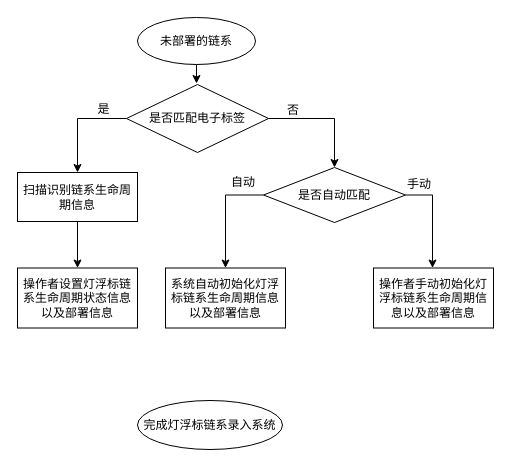
Above: page "第 6 页" (6 of 6) of Untitled Diagram.drawio in 152056212/OS (draw.io), before the change. Source tidied: cells renumbered, new cells numbered last; positions are measured from the earlier drawing's top-left corner, leaving out a move shared by most shapes. Both pictures are drawn from the tidied source at 100%, with x=0, y=0 at pixel (17, 17).
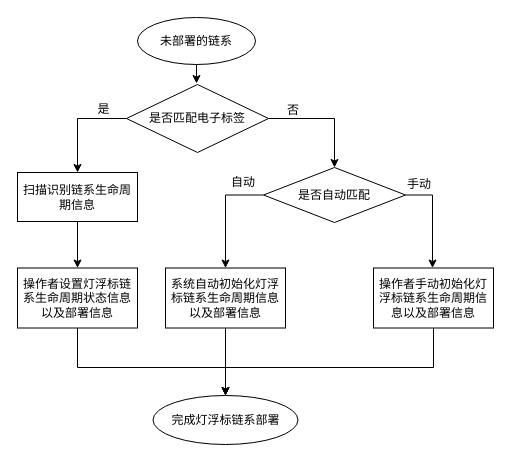
The same page after the edit.

The change refers to these unchanged cells:
```xml
<mxCell id="4" value="系统自动初始化灯浮标链系生命周期信息以及部署信息" style="rounded=0;whiteSpace=wrap;html=1;strokeWidth=1;fontFamily=宋体;" parent="1" vertex="1">
  <mxGeometry x="148" y="250.5" width="120" height="60" as="geometry" />
</mxCell>
<mxCell id="16" value="操作者手动初始化灯浮标链系生命周期信息以及部署信息" style="rounded=0;whiteSpace=wrap;html=1;strokeWidth=1;fontFamily=宋体;" parent="1" vertex="1">
  <mxGeometry x="356" y="250.5" width="120" height="60" as="geometry" />
</mxCell>
<mxCell id="19" value="操作者设置灯浮标链系生命周期状态信息以及部署信息" style="rounded=0;whiteSpace=wrap;html=1;strokeWidth=1;fontFamily=宋体;" parent="1" vertex="1">
  <mxGeometry y="250.5" width="120" height="60" as="geometry" />
</mxCell>
```

What changed in the source:
```diff
@@
+    <mxCell id="20" style="edgeStyle=orthogonalEdgeStyle;rounded=0;jettySize=auto;html=1;exitX=0.5;exitY=1;exitDx=0;exitDy=0;entryX=0.5;entryY=0;entryDx=0;entryDy=0;entryPerimeter=0;fontFamily=宋体;" parent="1" edge="1" source="4" target="5">
+      <mxGeometry relative="1" as="geometry" />
+    </mxCell>
@@
-    <mxCell id="5" value="完成灯浮标链系录入系统" style="strokeWidth=1;html=1;shape=mxgraph.flowchart.start_1;whiteSpace=wrap;fontFamily=宋体;" parent="1" vertex="1">
-      <mxGeometry x="120" y="383" width="145" height="49" as="geometry" />
+    <mxCell id="5" value="完成灯浮标链系部署" style="strokeWidth=1;html=1;shape=mxgraph.flowchart.start_1;whiteSpace=wrap;fontFamily=宋体;" parent="1" vertex="1">
+      <mxGeometry x="135.5" y="378" width="145" height="49" as="geometry" />
     </mxCell>
@@
+    <mxCell id="21" style="edgeStyle=orthogonalEdgeStyle;rounded=0;jettySize=auto;html=1;entryX=0.5;entryY=0;entryDx=0;entryDy=0;entryPerimeter=0;fontFamily=宋体;" parent="1" edge="1" source="16" target="5">
+      <mxGeometry relative="1" as="geometry">
+        <Array as="points">
+          <mxPoint x="416" y="350" />
+          <mxPoint x="208" y="350" />
+        </Array>
+      </mxGeometry>
+    </mxCell>
@@
+    <mxCell id="22" style="edgeStyle=orthogonalEdgeStyle;rounded=0;jettySize=auto;html=1;exitX=0.5;exitY=1;exitDx=0;exitDy=0;entryX=0.5;entryY=0;entryDx=0;entryDy=0;entryPerimeter=0;fontFamily=宋体;" parent="1" edge="1" source="19" target="5">
+      <mxGeometry relative="1" as="geometry">
+        <Array as="points">
+          <mxPoint x="60" y="350" />
+          <mxPoint x="208" y="350" />
+        </Array>
+      </mxGeometry>
+    </mxCell>
```
